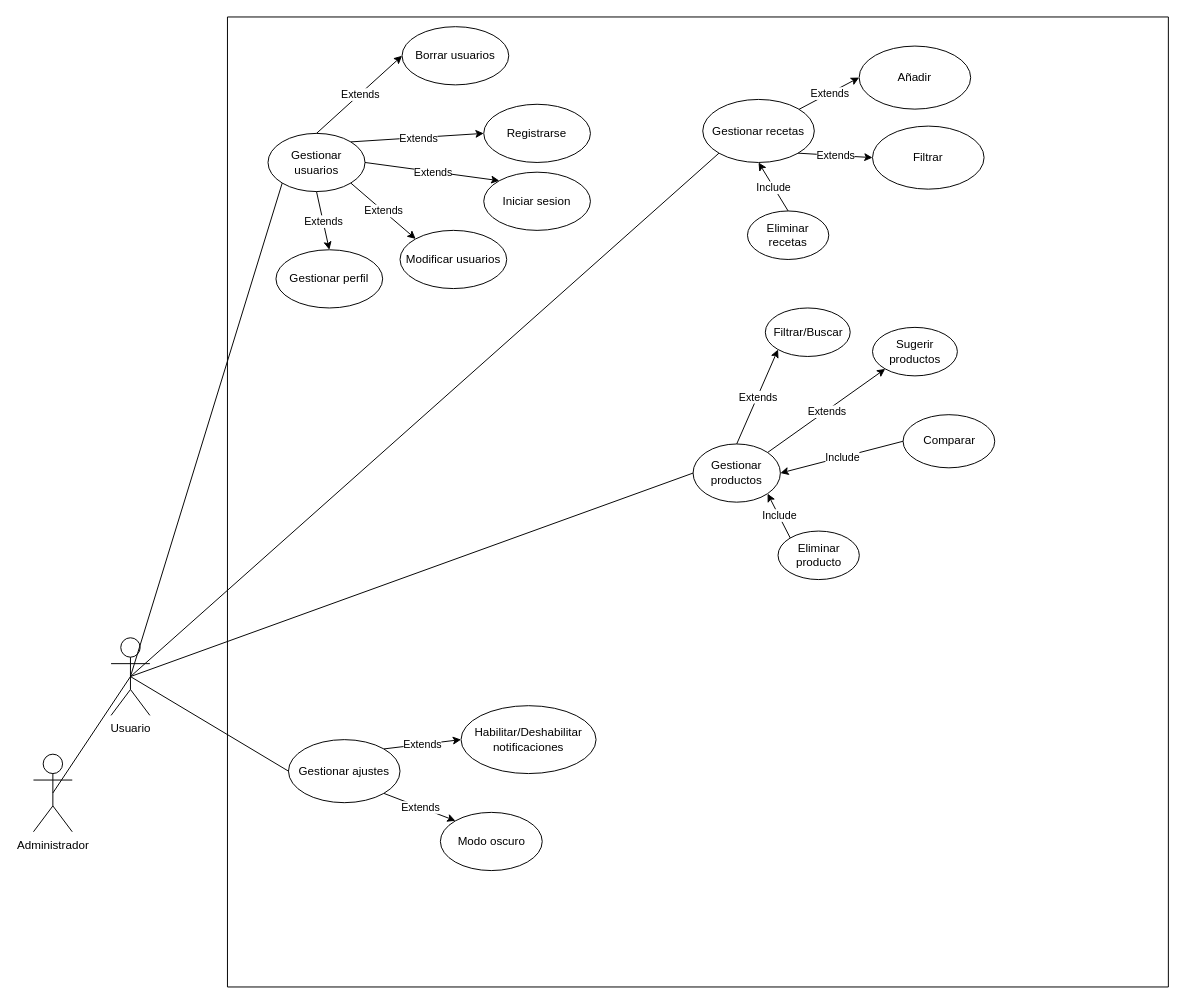
This is diagramas/diagrama-casos-uso.drawio from Jootgitoo/proyecto-final, a draw.io file, before an edit. Source tidied: cells renumbered, new cells numbered last; positions are measured from the earlier drawing's top-left corner, leaving out a move shared by most shapes. Both pictures are drawn from the tidied source at 97%, with x=0, y=0 at pixel (33, 16).
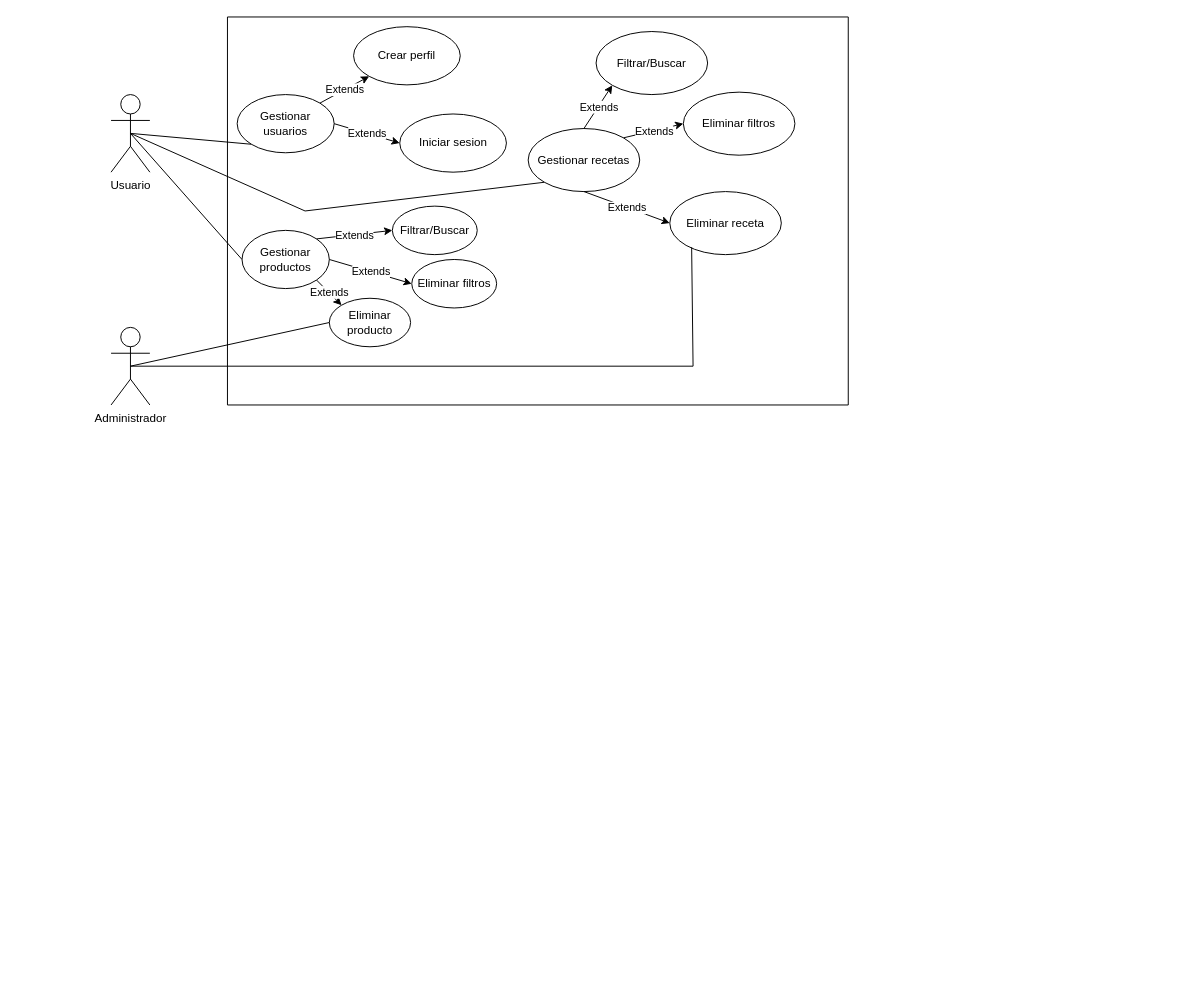
The same page after the edit.

What changed in the source:
```diff
@@
     <mxCell id="2" style="swimlane;startSize=0;" parent="1" vertex="1">
-      <mxGeometry x="200" width="970" height="1000" as="geometry" />
+      <mxGeometry x="200" width="640" height="400" as="geometry" />
     </mxCell>
     <mxCell id="3" value="Gestionar productos" style="ellipse;whiteSpace=wrap;html=1;" parent="2" vertex="1">
-      <mxGeometry x="480" y="440.2" width="90" height="60" as="geometry" />
+      <mxGeometry x="15" y="220" width="90" height="60" as="geometry" />
     </mxCell>
     <mxCell id="4" value="Filtrar/Buscar" style="ellipse;whiteSpace=wrap;html=1;" parent="2" vertex="1">
-      <mxGeometry x="554.5" y="300" width="87.5" height="50" as="geometry" />
+      <mxGeometry x="170" y="195" width="87.5" height="50" as="geometry" />
     </mxCell>
     <mxCell id="5" value="Gestionar usuarios" style="ellipse;whiteSpace=wrap;html=1;" parent="2" vertex="1">
-      <mxGeometry x="41.8" y="120" width="100" height="60" as="geometry" />
+      <mxGeometry x="10" y="80" width="100" height="60" as="geometry" />
     </mxCell>
-    <mxCell id="6" value="Registrarse" style="ellipse;whiteSpace=wrap;html=1;" parent="2" vertex="1">
-      <mxGeometry x="264.2" y="90" width="110" height="60" as="geometry" />
+    <mxCell id="6" value="Crear perfil" style="ellipse;whiteSpace=wrap;html=1;" parent="2" vertex="1">
+      <mxGeometry x="130" y="10" width="110" height="60" as="geometry" />
     </mxCell>
-    <mxCell id="7" style="endArrow=classic;html=1;rounded=0;exitX=0.5;exitY=0;exitDx=0;exitDy=0;entryX=0;entryY=1;entryDx=0;entryDy=0;" parent="2" edge="1" source="3" target="4">
+    <mxCell id="7" style="endArrow=classic;html=1;rounded=0;entryX=0;entryY=0.5;entryDx=0;entryDy=0;exitX=1;exitY=0;exitDx=0;exitDy=0;" parent="2" edge="1" source="3" target="4">
       <mxGeometry relative="1" as="geometry" />
     </mxCell>
@@
-    <mxCell id="9" value="Comparar" style="ellipse;whiteSpace=wrap;html=1;" parent="2" vertex="1">
-      <mxGeometry x="696.5" y="410" width="94.5" height="54.8" as="geometry" />
-    </mxCell>
-    <mxCell id="10" style="endArrow=classic;html=1;rounded=0;exitX=0;exitY=0.5;exitDx=0;exitDy=0;entryX=1;entryY=0.5;entryDx=0;entryDy=0;" parent="2" edge="1" source="9" target="3">
-      <mxGeometry relative="1" as="geometry" />
-    </mxCell>
-    <mxCell id="11" value="Include" style="edgeLabel;html=1;align=center;verticalAlign=middle;" parent="10" vertex="1">
-      <mxGeometry relative="1" as="geometry" />
-    </mxCell>
     <mxCell id="12" value="Gestionar recetas" style="ellipse;whiteSpace=wrap;html=1;" parent="2" vertex="1">
-      <mxGeometry x="490" y="85" width="115" height="65" as="geometry" />
+      <mxGeometry x="310" y="115" width="115" height="65" as="geometry" />
     </mxCell>
-    <mxCell id="13" value="Añadir" style="ellipse;whiteSpace=wrap;html=1;" parent="2" vertex="1">
-      <mxGeometry x="651.2" y="30" width="115" height="65" as="geometry" />
-    </mxCell>
-    <mxCell id="14" value="Filtrar" style="ellipse;whiteSpace=wrap;html=1;" parent="2" vertex="1">
-      <mxGeometry x="665" y="112.5" width="115" height="65" as="geometry" />
+    <mxCell id="14" value="Filtrar/Buscar" style="ellipse;whiteSpace=wrap;html=1;" parent="2" vertex="1">
+      <mxGeometry x="380" y="15" width="115" height="65" as="geometry" />
     </mxCell>
-    <mxCell id="15" style="endArrow=classic;html=1;rounded=0;entryX=0;entryY=0.5;entryDx=0;entryDy=0;" parent="2" edge="1" source="12" target="13">
-      <mxGeometry relative="1" as="geometry" />
-    </mxCell>
-    <mxCell id="16" value="Extends" style="edgeLabel;html=1;align=center;verticalAlign=middle;" parent="15" vertex="1">
-      <mxGeometry relative="1" as="geometry" />
-    </mxCell>
-    <mxCell id="17" style="endArrow=classic;html=1;rounded=0;entryX=0;entryY=0.5;entryDx=0;entryDy=0;exitX=1;exitY=1;exitDx=0;exitDy=0;" parent="2" edge="1" source="12" target="14">
+    <mxCell id="17" style="endArrow=classic;html=1;rounded=0;entryX=0;entryY=1;entryDx=0;entryDy=0;exitX=0.5;exitY=0;exitDx=0;exitDy=0;" parent="2" edge="1" source="12" target="14">
       <mxGeometry relative="1" as="geometry" />
     </mxCell>
@@
-    <mxCell id="19" value="Gestionar ajustes" style="ellipse;whiteSpace=wrap;html=1;" parent="2" vertex="1">
-      <mxGeometry x="62.9" y="745" width="115" height="65" as="geometry" />
-    </mxCell>
-    <mxCell id="20" style="endArrow=classic;html=1;rounded=0;exitX=1;exitY=0;exitDx=0;exitDy=0;entryX=0;entryY=0.5;entryDx=0;entryDy=0;" parent="2" edge="1" source="19" target="23">
-      <mxGeometry relative="1" as="geometry" />
-    </mxCell>
-    <mxCell id="21" value="Extends" style="edgeLabel;html=1;align=center;verticalAlign=middle;" parent="20" vertex="1">
-      <mxGeometry relative="1" as="geometry" />
-    </mxCell>
-    <mxCell id="22" value="Modo oscuro" style="ellipse;whiteSpace=wrap;html=1;" parent="2" vertex="1">
-      <mxGeometry x="219.5" y="820" width="105" height="60" as="geometry" />
-    </mxCell>
-    <mxCell id="23" value="Habilitar/Deshabilitar notificaciones" style="ellipse;whiteSpace=wrap;html=1;" parent="2" vertex="1">
-      <mxGeometry x="240.8" y="710" width="139.2" height="70" as="geometry" />
-    </mxCell>
-    <mxCell id="24" style="endArrow=classic;html=1;rounded=0;exitX=1;exitY=1;exitDx=0;exitDy=0;entryX=0;entryY=0;entryDx=0;entryDy=0;" parent="2" edge="1" source="19" target="22">
-      <mxGeometry relative="1" as="geometry" />
-    </mxCell>
-    <mxCell id="25" value="Extends" style="edgeLabel;html=1;align=center;verticalAlign=middle;" parent="24" vertex="1">
-      <mxGeometry relative="1" as="geometry" />
-    </mxCell>
     <mxCell id="26" value="Iniciar sesion" style="ellipse;whiteSpace=wrap;html=1;" parent="2" vertex="1">
-      <mxGeometry x="264.2" y="160" width="110" height="60" as="geometry" />
+      <mxGeometry x="177.6" y="100" width="110" height="60" as="geometry" />
     </mxCell>
-    <mxCell id="27" style="endArrow=classic;html=1;rounded=0;entryX=0;entryY=0.5;entryDx=0;entryDy=0;exitX=1;exitY=0;exitDx=0;exitDy=0;" parent="2" edge="1" source="5" target="6">
+    <mxCell id="27" style="endArrow=classic;html=1;rounded=0;entryX=0;entryY=1;entryDx=0;entryDy=0;exitX=1;exitY=0;exitDx=0;exitDy=0;" parent="2" edge="1" source="5" target="6">
       <mxGeometry relative="1" as="geometry" />
     </mxCell>
@@
-    <mxCell id="29" style="endArrow=classic;html=1;rounded=0;entryX=0;entryY=0;entryDx=0;entryDy=0;exitX=1;exitY=0.5;exitDx=0;exitDy=0;" parent="2" edge="1" source="5" target="26">
+    <mxCell id="29" style="endArrow=classic;html=1;rounded=0;entryX=0;entryY=0.5;entryDx=0;entryDy=0;exitX=1;exitY=0.5;exitDx=0;exitDy=0;" parent="2" edge="1" source="5" target="26">
       <mxGeometry relative="1" as="geometry" />
     </mxCell>
@@
     <mxCell id="31" value="Eliminar producto" style="ellipse;whiteSpace=wrap;html=1;" parent="2" vertex="1">
-      <mxGeometry x="567.6" y="530" width="83.8" height="50" as="geometry" />
+      <mxGeometry x="105" y="290" width="83.8" height="50" as="geometry" />
     </mxCell>
-    <mxCell id="32" style="endArrow=classic;html=1;rounded=0;exitX=0;exitY=0;exitDx=0;exitDy=0;entryX=1;entryY=1;entryDx=0;entryDy=0;" parent="2" edge="1" source="31" target="3">
-      <mxGeometry relative="1" as="geometry" />
-    </mxCell>
-    <mxCell id="33" value="Include" style="edgeLabel;html=1;align=center;verticalAlign=middle;" parent="32" vertex="1">
-      <mxGeometry relative="1" as="geometry" />
-    </mxCell>
-    <mxCell id="34" value="Eliminar recetas" style="ellipse;whiteSpace=wrap;html=1;" parent="2" vertex="1">
-      <mxGeometry x="536.1" y="200" width="83.8" height="50" as="geometry" />
-    </mxCell>
-    <mxCell id="35" style="endArrow=classic;html=1;rounded=0;exitX=0.5;exitY=0;exitDx=0;exitDy=0;entryX=0.5;entryY=1;entryDx=0;entryDy=0;" parent="2" edge="1" source="34" target="12">
-      <mxGeometry relative="1" as="geometry" />
-    </mxCell>
-    <mxCell id="36" value="Include" style="edgeLabel;html=1;align=center;verticalAlign=middle;" parent="35" vertex="1">
-      <mxGeometry relative="1" as="geometry" />
-    </mxCell>
-    <mxCell id="37" value="Borrar usuarios" style="ellipse;whiteSpace=wrap;html=1;" parent="2" vertex="1">
-      <mxGeometry x="180" y="10" width="110" height="60" as="geometry" />
-    </mxCell>
-    <mxCell id="38" style="endArrow=classic;html=1;rounded=0;entryX=0;entryY=0.5;entryDx=0;entryDy=0;exitX=0.5;exitY=0;exitDx=0;exitDy=0;" parent="2" edge="1" source="5" target="37">
-      <mxGeometry relative="1" as="geometry" />
-    </mxCell>
-    <mxCell id="39" value="Extends" style="edgeLabel;html=1;align=center;verticalAlign=middle;" parent="38" vertex="1">
-      <mxGeometry relative="1" as="geometry" />
-    </mxCell>
-    <mxCell id="40" value="Modificar usuarios" style="ellipse;whiteSpace=wrap;html=1;" parent="2" vertex="1">
-      <mxGeometry x="177.9" y="220" width="110" height="60" as="geometry" />
-    </mxCell>
-    <mxCell id="41" value="Gestionar perfil" style="ellipse;whiteSpace=wrap;html=1;" parent="2" vertex="1">
-      <mxGeometry x="50" y="240" width="110" height="60" as="geometry" />
-    </mxCell>
-    <mxCell id="42" style="endArrow=classic;html=1;rounded=0;entryX=0;entryY=0;entryDx=0;entryDy=0;exitX=1;exitY=1;exitDx=0;exitDy=0;" parent="2" edge="1" source="5" target="40">
-      <mxGeometry relative="1" as="geometry" />
-    </mxCell>
-    <mxCell id="43" value="Extends" style="edgeLabel;html=1;align=center;verticalAlign=middle;" parent="42" vertex="1">
-      <mxGeometry relative="1" as="geometry" />
-    </mxCell>
-    <mxCell id="44" style="endArrow=classic;html=1;rounded=0;entryX=0.5;entryY=0;entryDx=0;entryDy=0;exitX=0.5;exitY=1;exitDx=0;exitDy=0;" parent="2" edge="1" source="5" target="41">
-      <mxGeometry relative="1" as="geometry" />
-    </mxCell>
-    <mxCell id="45" value="Extends" style="edgeLabel;html=1;align=center;verticalAlign=middle;" parent="44" vertex="1">
-      <mxGeometry relative="1" as="geometry" />
-    </mxCell>
-    <mxCell id="46" value="Sugerir productos" style="ellipse;whiteSpace=wrap;html=1;" parent="2" vertex="1">
-      <mxGeometry x="665" y="320" width="87.5" height="50" as="geometry" />
-    </mxCell>
-    <mxCell id="47" style="endArrow=classic;html=1;rounded=0;exitX=1;exitY=0;exitDx=0;exitDy=0;entryX=0;entryY=1;entryDx=0;entryDy=0;" parent="2" edge="1" source="3" target="46">
-      <mxGeometry relative="1" as="geometry" />
-    </mxCell>
-    <mxCell id="48" value="Extends" style="edgeLabel;html=1;align=center;verticalAlign=middle;" parent="47" vertex="1">
-      <mxGeometry relative="1" as="geometry" />
-    </mxCell>
+    <mxCell id="56" style="endArrow=classic;html=1;rounded=0;entryX=0;entryY=0;entryDx=0;entryDy=0;exitX=1;exitY=1;exitDx=0;exitDy=0;" parent="2" edge="1" source="3" target="31">
+      <mxGeometry relative="1" as="geometry" />
+    </mxCell>
+    <mxCell id="57" value="Extends" style="edgeLabel;html=1;align=center;verticalAlign=middle;" parent="56" vertex="1">
+      <mxGeometry relative="1" as="geometry" />
+    </mxCell>
+    <mxCell id="58" value="Eliminar receta" style="ellipse;whiteSpace=wrap;html=1;" parent="2" vertex="1">
+      <mxGeometry x="456" y="180" width="115" height="65" as="geometry" />
+    </mxCell>
+    <mxCell id="59" style="endArrow=classic;html=1;rounded=0;entryX=0;entryY=0.5;entryDx=0;entryDy=0;exitX=0.5;exitY=1;exitDx=0;exitDy=0;" parent="2" edge="1" source="12" target="58">
+      <mxGeometry relative="1" as="geometry" />
+    </mxCell>
+    <mxCell id="60" value="Extends" style="edgeLabel;html=1;align=center;verticalAlign=middle;" parent="59" vertex="1">
+      <mxGeometry relative="1" as="geometry" />
+    </mxCell>
+    <mxCell id="61" value="Eliminar filtros" style="ellipse;whiteSpace=wrap;html=1;" parent="2" vertex="1">
+      <mxGeometry x="470" y="77.5" width="115" height="65" as="geometry" />
+    </mxCell>
+    <mxCell id="62" style="endArrow=classic;html=1;rounded=0;entryX=0;entryY=0.5;entryDx=0;entryDy=0;exitX=1;exitY=0;exitDx=0;exitDy=0;" parent="2" edge="1" source="12" target="61">
+      <mxGeometry relative="1" as="geometry" />
+    </mxCell>
+    <mxCell id="63" value="Extends" style="edgeLabel;html=1;align=center;verticalAlign=middle;" parent="62" vertex="1">
+      <mxGeometry relative="1" as="geometry" />
+    </mxCell>
+    <mxCell id="64" value="Eliminar filtros" style="ellipse;whiteSpace=wrap;html=1;" parent="2" vertex="1">
+      <mxGeometry x="190" y="250" width="87.5" height="50" as="geometry" />
+    </mxCell>
+    <mxCell id="65" style="endArrow=classic;html=1;rounded=0;entryX=0;entryY=0.5;entryDx=0;entryDy=0;exitX=1;exitY=0.5;exitDx=0;exitDy=0;" parent="2" edge="1" source="3" target="64">
+      <mxGeometry relative="1" as="geometry" />
+    </mxCell>
+    <mxCell id="66" value="Extends" style="edgeLabel;html=1;align=center;verticalAlign=middle;" parent="65" vertex="1">
+      <mxGeometry relative="1" as="geometry" />
+    </mxCell>
     <mxCell id="49" value="Usuario" style="shape=umlActor;verticalLabelPosition=bottom;verticalAlign=top;html=1;outlineConnect=0;" parent="1" vertex="1">
-      <mxGeometry x="80" y="640" width="40" height="80" as="geometry" />
+      <mxGeometry x="80" y="80" width="40" height="80" as="geometry" />
     </mxCell>
     <mxCell id="50" value="Administrador" style="shape=umlActor;verticalLabelPosition=bottom;verticalAlign=top;html=1;outlineConnect=0;" parent="1" vertex="1">
-      <mxGeometry y="760" width="40" height="80" as="geometry" />
+      <mxGeometry x="80" y="320" width="40" height="80" as="geometry" />
     </mxCell>
@@
     <mxCell id="53" style="endArrow=none;html=1;rounded=0;exitX=0.5;exitY=0.5;exitDx=0;exitDy=0;exitPerimeter=0;entryX=0;entryY=1;entryDx=0;entryDy=0;" parent="1" edge="1" source="49" target="12">
-      <mxGeometry relative="1" as="geometry" />
+      <mxGeometry relative="1" as="geometry">
+        <Array as="points">
+          <mxPoint x="280" y="200" />
+        </Array>
+      </mxGeometry>
     </mxCell>
-    <mxCell id="54" style="endArrow=none;html=1;rounded=0;entryX=0;entryY=0.5;entryDx=0;entryDy=0;" parent="1" edge="1" target="19">
-      <mxGeometry relative="1" as="geometry">
-        <mxPoint x="100" y="680" as="sourcePoint" />
-      </mxGeometry>
-    </mxCell>
-    <mxCell id="55" style="endArrow=none;html=1;rounded=0;entryX=0.5;entryY=0.5;entryDx=0;entryDy=0;exitX=0.5;exitY=0.5;exitDx=0;exitDy=0;exitPerimeter=0;entryPerimeter=0;" parent="1" edge="1" source="50" target="49">
-      <mxGeometry relative="1" as="geometry" />
-    </mxCell>
+    <mxCell id="67" style="endArrow=none;html=1;rounded=0;exitX=0.5;exitY=0.5;exitDx=0;exitDy=0;exitPerimeter=0;entryX=0;entryY=0.5;entryDx=0;entryDy=0;" parent="1" edge="1" source="50" target="31">
+      <mxGeometry relative="1" as="geometry" />
+    </mxCell>
+    <mxCell id="68" style="endArrow=none;html=1;rounded=0;exitX=0.5;exitY=0.5;exitDx=0;exitDy=0;exitPerimeter=0;entryX=0.196;entryY=0.884;entryDx=0;entryDy=0;entryPerimeter=0;" parent="1" edge="1" source="50" target="58">
+      <mxGeometry relative="1" as="geometry">
+        <Array as="points">
+          <mxPoint x="680" y="360" />
+        </Array>
+      </mxGeometry>
+    </mxCell>
```
